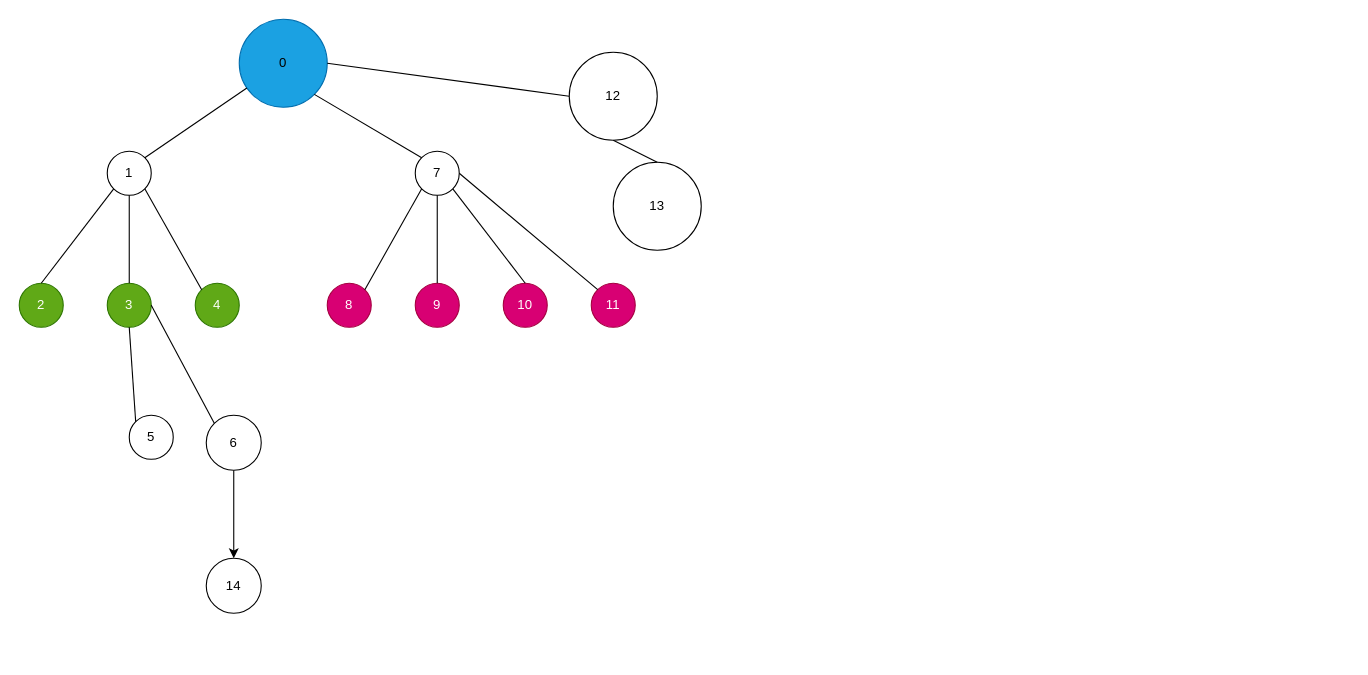
This is src/fr/enderstevegamer/satellitary/datatrees/bigtree.dio from EndersteveGamer/Satellitary, a draw.io file, before an edit. Source tidied: cells renumbered, new cells numbered last; positions are measured from the earlier drawing's top-left corner, leaving out a move shared by most shapes. Both pictures are drawn from the tidied source at 110%, with x=0, y=0 at pixel (19, 19).
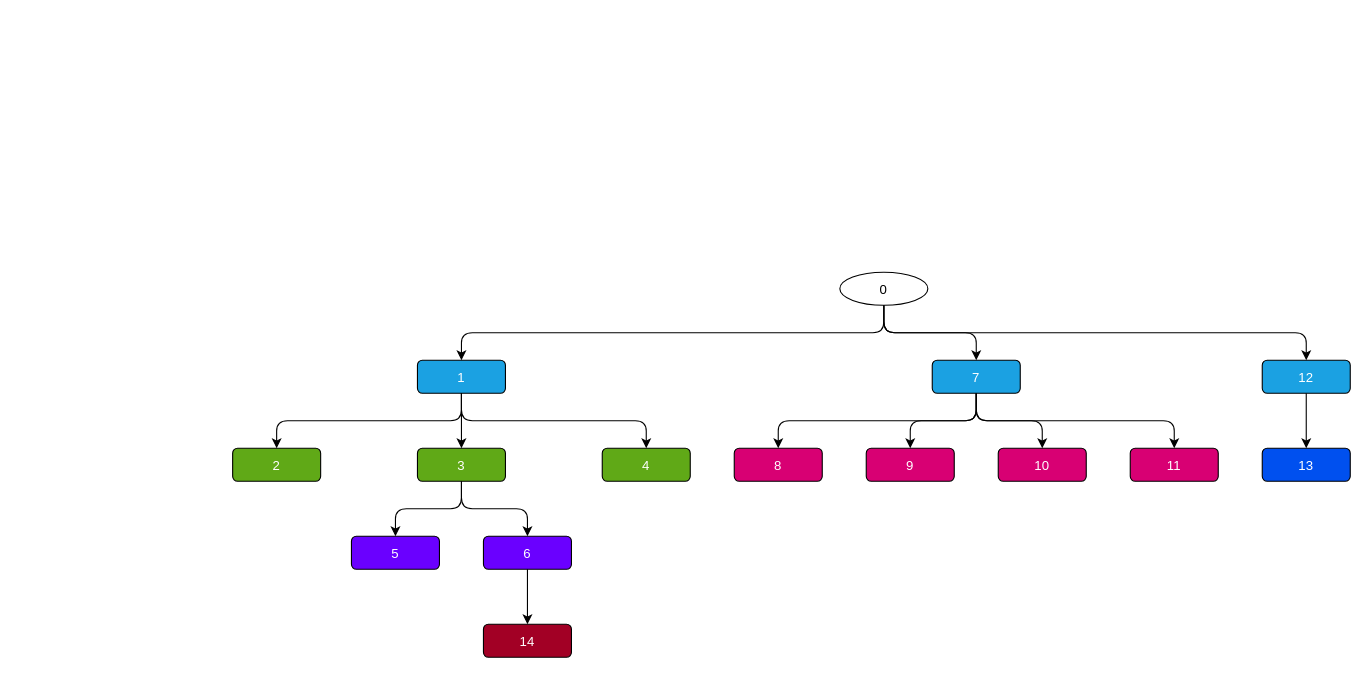
After the change.

Change to the diagram source:
```diff
@@
+    <mxCell id="10" value="0" style="ellipse;" parent="1" vertex="1">
+      <mxGeometry x="746" y="230" width="80" height="30" as="geometry" />
+    </mxCell>
+    <mxCell id="9" value="1" style="rounded=1;fillColor=#1ba1e2;fontColor=#ffffff;strokeColor=default;" parent="1" vertex="1">
+      <mxGeometry x="362" y="310" width="80" height="30" as="geometry" />
+    </mxCell>
+    <mxCell id="14" style="edgeStyle=elbowEdgeStyle;elbow=vertical;" parent="1" edge="1" source="10" target="9">
+      <mxGeometry relative="1" as="geometry" />
+    </mxCell>
+    <mxCell id="8" value="7" style="rounded=1;fillColor=#1ba1e2;fontColor=#ffffff;strokeColor=default;" parent="1" vertex="1">
+      <mxGeometry x="830" y="310" width="80" height="30" as="geometry" />
+    </mxCell>
+    <mxCell id="31" style="edgeStyle=elbowEdgeStyle;elbow=vertical;" parent="1" edge="1" source="10" target="8">
+      <mxGeometry relative="1" as="geometry" />
+    </mxCell>
+    <mxCell id="4" value="2" style="rounded=1;fillColor=#60a917;fontColor=#ffffff;strokeColor=default;glass=0;sketch=0;shadow=0;" parent="1" vertex="1">
+      <mxGeometry x="194" y="390" width="80" height="30" as="geometry" />
+    </mxCell>
+    <mxCell id="32" style="edgeStyle=elbowEdgeStyle;elbow=vertical;strokeColor=default;" parent="1" edge="1" source="9" target="4">
+      <mxGeometry relative="1" as="geometry" />
+    </mxCell>
-    <mxCell id="2" value="3" style="ellipse;whiteSpace=wrap;html=1;fillColor=#60a917;fontColor=#ffffff;strokeColor=#2D7600;" parent="1" vertex="1">
-      <mxGeometry x="80" y="240" width="40" height="40" as="geometry" />
+    <mxCell id="2" value="3" style="rounded=1;fillColor=#60a917;fontColor=#ffffff;strokeColor=default;glass=0;sketch=0;shadow=0;" parent="1" vertex="1">
+      <mxGeometry x="362" y="390" width="80" height="30" as="geometry" />
     </mxCell>
+    <mxCell id="33" style="edgeStyle=elbowEdgeStyle;elbow=vertical;strokeColor=default;" parent="1" edge="1" source="9" target="2">
+      <mxGeometry relative="1" as="geometry" />
+    </mxCell>
-    <mxCell id="3" value="4" style="ellipse;whiteSpace=wrap;html=1;fillColor=#60a917;fontColor=#ffffff;strokeColor=#2D7600;" parent="1" vertex="1">
-      <mxGeometry x="160" y="240" width="40" height="40" as="geometry" />
+    <mxCell id="3" value="4" style="rounded=1;fillColor=#60a917;fontColor=#ffffff;strokeColor=default;glass=0;sketch=0;shadow=0;" parent="1" vertex="1">
+      <mxGeometry x="530" y="390" width="80" height="30" as="geometry" />
     </mxCell>
-    <mxCell id="4" value="2" style="ellipse;whiteSpace=wrap;html=1;fillColor=#60a917;fontColor=#ffffff;strokeColor=#2D7600;" parent="1" vertex="1">
-      <mxGeometry y="240" width="40" height="40" as="geometry" />
-    </mxCell>
-    <mxCell id="5" value="8" style="ellipse;whiteSpace=wrap;html=1;fillColor=#d80073;fontColor=#ffffff;strokeColor=#A50040;" parent="1" vertex="1">
-      <mxGeometry x="280" y="240" width="40" height="40" as="geometry" />
-    </mxCell>
-    <mxCell id="6" value="9" style="ellipse;whiteSpace=wrap;html=1;fillColor=#d80073;fontColor=#ffffff;strokeColor=#A50040;" parent="1" vertex="1">
-      <mxGeometry x="360" y="240" width="40" height="40" as="geometry" />
-    </mxCell>
-    <mxCell id="7" value="10" style="ellipse;whiteSpace=wrap;html=1;fillColor=#d80073;fontColor=#ffffff;strokeColor=#A50040;" parent="1" vertex="1">
-      <mxGeometry x="440" y="240" width="40" height="40" as="geometry" />
-    </mxCell>
-    <mxCell id="8" value="7" style="ellipse;whiteSpace=wrap;html=1;" parent="1" vertex="1">
-      <mxGeometry x="360" y="120" width="40" height="40" as="geometry" />
-    </mxCell>
-    <mxCell id="9" value="1" style="ellipse;whiteSpace=wrap;html=1;" parent="1" vertex="1">
-      <mxGeometry x="80" y="120" width="40" height="40" as="geometry" />
-    </mxCell>
-    <mxCell id="10" value="0" style="ellipse;whiteSpace=wrap;html=1;fillColor=#1ba1e2;fontColor=#000000;strokeColor=#006EAF;" parent="1" vertex="1">
-      <mxGeometry x="200" width="80" height="80" as="geometry" />
-    </mxCell>
-    <mxCell id="11" style="endArrow=none;html=1;rounded=0;entryX=0;entryY=1;entryDx=0;entryDy=0;" parent="1" edge="1" target="9">
-      <mxGeometry relative="1" as="geometry">
-        <mxPoint x="20" y="240" as="sourcePoint" />
-      </mxGeometry>
-    </mxCell>
-    <mxCell id="12" style="endArrow=none;html=1;rounded=0;" parent="1" edge="1" target="9">
-      <mxGeometry relative="1" as="geometry">
-        <mxPoint x="100" y="240" as="sourcePoint" />
-      </mxGeometry>
-    </mxCell>
-    <mxCell id="13" style="endArrow=none;html=1;rounded=0;entryX=1;entryY=1;entryDx=0;entryDy=0;exitX=0;exitY=0;exitDx=0;exitDy=0;" parent="1" edge="1" source="3" target="9">
-      <mxGeometry relative="1" as="geometry" />
-    </mxCell>
-    <mxCell id="14" style="endArrow=none;html=1;rounded=0;entryX=1;entryY=0;entryDx=0;entryDy=0;" parent="1" edge="1" source="10" target="9">
-      <mxGeometry relative="1" as="geometry" />
-    </mxCell>
-    <mxCell id="15" style="endArrow=none;html=1;rounded=0;entryX=1;entryY=1;entryDx=0;entryDy=0;exitX=0;exitY=0;exitDx=0;exitDy=0;" parent="1" edge="1" source="8" target="10">
-      <mxGeometry relative="1" as="geometry" />
-    </mxCell>
-    <mxCell id="16" value="11" style="ellipse;whiteSpace=wrap;html=1;fillColor=#d80073;fontColor=#ffffff;strokeColor=#A50040;" parent="1" vertex="1">
-      <mxGeometry x="520" y="240" width="40" height="40" as="geometry" />
-    </mxCell>
-    <mxCell id="17" style="endArrow=none;html=1;rounded=0;entryX=0;entryY=1;entryDx=0;entryDy=0;exitX=1;exitY=0;exitDx=0;exitDy=0;" parent="1" edge="1" source="5" target="8">
-      <mxGeometry relative="1" as="geometry" />
-    </mxCell>
-    <mxCell id="18" style="endArrow=none;html=1;rounded=0;entryX=0.5;entryY=1;entryDx=0;entryDy=0;exitX=0.5;exitY=0;exitDx=0;exitDy=0;" parent="1" edge="1" source="6" target="8">
-      <mxGeometry relative="1" as="geometry" />
-    </mxCell>
-    <mxCell id="19" style="endArrow=none;html=1;rounded=0;entryX=1;entryY=1;entryDx=0;entryDy=0;exitX=0.5;exitY=0;exitDx=0;exitDy=0;" parent="1" edge="1" source="7" target="8">
-      <mxGeometry relative="1" as="geometry" />
-    </mxCell>
-    <mxCell id="20" style="endArrow=none;html=1;rounded=0;entryX=1;entryY=0.5;entryDx=0;entryDy=0;exitX=0;exitY=0;exitDx=0;exitDy=0;" parent="1" edge="1" source="16" target="8">
-      <mxGeometry relative="1" as="geometry" />
-    </mxCell>
+    <mxCell id="34" style="edgeStyle=elbowEdgeStyle;elbow=vertical;strokeColor=default;" parent="1" edge="1" source="9" target="3">
+      <mxGeometry relative="1" as="geometry" />
+    </mxCell>
-    <mxCell id="21" value="5" style="ellipse;whiteSpace=wrap;html=1;" parent="1" vertex="1">
-      <mxGeometry x="100" y="360" width="40" height="40" as="geometry" />
+    <mxCell id="21" value="5" style="rounded=1;fillColor=#6a00ff;fontColor=#ffffff;strokeColor=default;" parent="1" vertex="1">
+      <mxGeometry x="302" y="470" width="80" height="30" as="geometry" />
     </mxCell>
-    <mxCell id="22" style="endArrow=none;html=1;rounded=0;entryX=0;entryY=0;entryDx=0;entryDy=0;exitX=0.5;exitY=1;exitDx=0;exitDy=0;" parent="1" edge="1" source="2" target="21">
+    <mxCell id="22" style="edgeStyle=elbowEdgeStyle;elbow=vertical;strokeColor=default;" parent="1" edge="1" source="2" target="21">
       <mxGeometry relative="1" as="geometry" />
     </mxCell>
-    <mxCell id="23" style="edgeStyle=orthogonalEdgeStyle;rounded=0;jettySize=auto;html=1;" parent="1" edge="1" source="24" target="30">
-      <mxGeometry relative="1" as="geometry" />
-    </mxCell>
-    <mxCell id="24" value="6" style="ellipse;whiteSpace=wrap;html=1;" parent="1" vertex="1">
-      <mxGeometry x="170" y="360" width="50" height="50" as="geometry" />
+    <mxCell id="24" value="6" style="rounded=1;fillColor=#6a00ff;fontColor=#ffffff;strokeColor=default;" parent="1" vertex="1">
+      <mxGeometry x="422" y="470" width="80" height="30" as="geometry" />
     </mxCell>
-    <mxCell id="25" style="endArrow=none;html=1;rounded=0;entryX=0;entryY=0;entryDx=0;entryDy=0;exitX=1;exitY=0.5;exitDx=0;exitDy=0;" parent="1" edge="1" source="2" target="24">
+    <mxCell id="25" style="edgeStyle=elbowEdgeStyle;elbow=vertical;strokeColor=default;" parent="1" edge="1" source="2" target="24">
       <mxGeometry relative="1" as="geometry" />
     </mxCell>
+    <mxCell id="30" value="14" style="rounded=1;fillColor=#a20025;fontColor=#ffffff;strokeColor=default;" parent="1" vertex="1">
+      <mxGeometry x="422" y="550" width="80" height="30" as="geometry" />
+    </mxCell>
+    <mxCell id="23" style="edgeStyle=elbowEdgeStyle;elbow=vertical;strokeColor=default;" parent="1" edge="1" source="24" target="30">
+      <mxGeometry relative="1" as="geometry" />
+    </mxCell>
+    <mxCell id="5" value="8" style="rounded=1;fillColor=#d80073;strokeColor=default;fontColor=#ffffff;glass=0;sketch=0;shadow=0;" parent="1" vertex="1">
+      <mxGeometry x="650" y="390" width="80" height="30" as="geometry" />
+    </mxCell>
+    <mxCell id="35" style="edgeStyle=elbowEdgeStyle;elbow=vertical;strokeColor=default;" parent="1" edge="1" source="8" target="5">
+      <mxGeometry relative="1" as="geometry" />
+    </mxCell>
+    <mxCell id="6" value="9" style="rounded=1;fillColor=#d80073;strokeColor=default;fontColor=#ffffff;glass=0;sketch=0;shadow=0;" parent="1" vertex="1">
+      <mxGeometry x="770" y="390" width="80" height="30" as="geometry" />
+    </mxCell>
+    <mxCell id="36" style="edgeStyle=elbowEdgeStyle;elbow=vertical;strokeColor=default;" parent="1" edge="1" source="8" target="6">
+      <mxGeometry relative="1" as="geometry" />
+    </mxCell>
+    <mxCell id="7" value="10" style="rounded=1;fillColor=#d80073;strokeColor=default;fontColor=#ffffff;glass=0;sketch=0;shadow=0;" parent="1" vertex="1">
+      <mxGeometry x="890" y="390" width="80" height="30" as="geometry" />
+    </mxCell>
+    <mxCell id="37" style="edgeStyle=elbowEdgeStyle;elbow=vertical;strokeColor=default;" parent="1" edge="1" source="8" target="7">
+      <mxGeometry relative="1" as="geometry" />
+    </mxCell>
+    <mxCell id="16" value="11" style="rounded=1;fillColor=#d80073;strokeColor=default;fontColor=#ffffff;glass=0;sketch=0;shadow=0;" parent="1" vertex="1">
+      <mxGeometry x="1010" y="390" width="80" height="30" as="geometry" />
+    </mxCell>
+    <mxCell id="38" style="edgeStyle=elbowEdgeStyle;elbow=vertical;strokeColor=default;" parent="1" edge="1" source="8" target="16">
+      <mxGeometry relative="1" as="geometry" />
+    </mxCell>
-    <mxCell id="26" value="12" style="ellipse;whiteSpace=wrap;html=1;" parent="1" vertex="1">
-      <mxGeometry x="500" y="30" width="80" height="80" as="geometry" />
+    <mxCell id="26" value="12" style="rounded=1;fillColor=#1ba1e2;fontColor=#ffffff;strokeColor=default;" parent="1" vertex="1">
+      <mxGeometry x="1130" y="310" width="80" height="30" as="geometry" />
     </mxCell>
+    <mxCell id="39" style="edgeStyle=elbowEdgeStyle;elbow=vertical;" parent="1" edge="1" source="10" target="26">
+      <mxGeometry relative="1" as="geometry" />
+    </mxCell>
-    <mxCell id="27" value="13" style="ellipse;whiteSpace=wrap;html=1;" parent="1" vertex="1">
-      <mxGeometry x="540" y="130" width="80" height="80" as="geometry" />
+    <mxCell id="27" value="13" style="rounded=1;fillColor=#0050ef;fontColor=#ffffff;strokeColor=default;glass=0;sketch=0;shadow=0;" parent="1" vertex="1">
+      <mxGeometry x="1130" y="390" width="80" height="30" as="geometry" />
     </mxCell>
-    <mxCell id="28" style="endArrow=none;html=1;rounded=0;entryX=1;entryY=0.5;entryDx=0;entryDy=0;exitX=0;exitY=0.5;exitDx=0;exitDy=0;" parent="1" edge="1" source="26" target="10">
-      <mxGeometry relative="1" as="geometry" />
-    </mxCell>
-    <mxCell id="29" style="endArrow=none;html=1;rounded=0;entryX=0.5;entryY=1;entryDx=0;entryDy=0;exitX=0.5;exitY=0;exitDx=0;exitDy=0;" parent="1" edge="1" source="27" target="26">
-      <mxGeometry relative="1" as="geometry" />
-    </mxCell>
-    <mxCell id="30" value="14" style="ellipse;whiteSpace=wrap;html=1;" parent="1" vertex="1">
-      <mxGeometry x="170" y="490" width="50" height="50" as="geometry" />
-    </mxCell>
+    <mxCell id="40" style="edgeStyle=elbowEdgeStyle;elbow=vertical;strokeColor=default;" parent="1" edge="1" source="26" target="27">
+      <mxGeometry relative="1" as="geometry" />
+    </mxCell>
```
